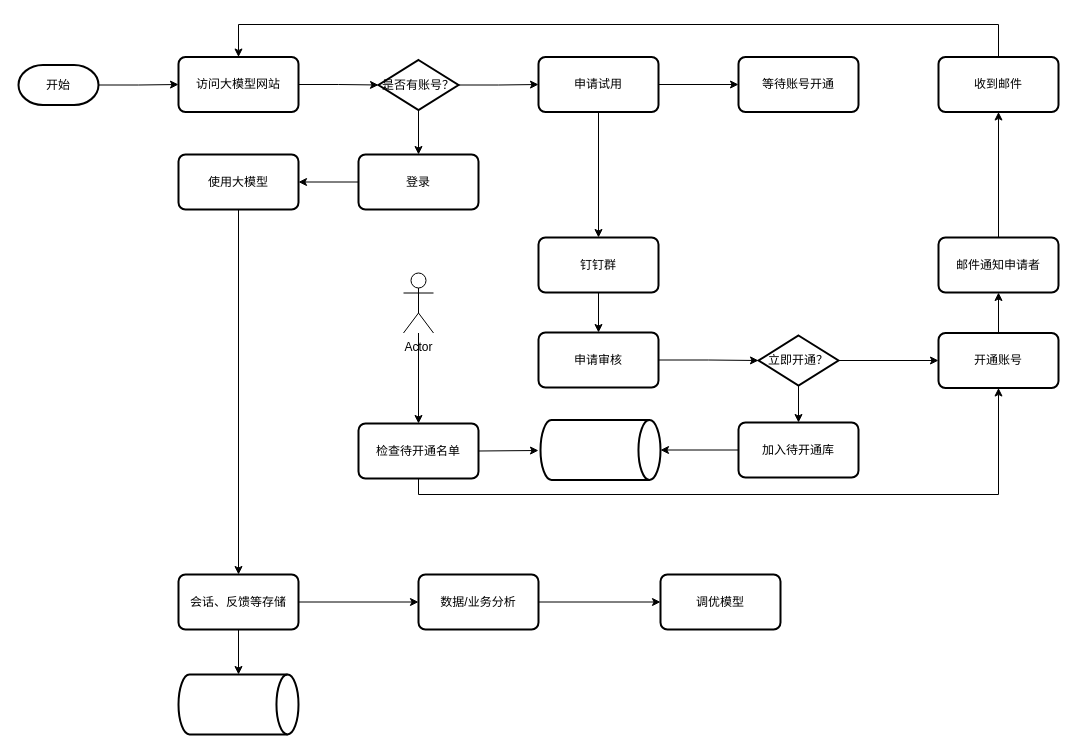
Before: cihon-LLM.drawio in Max-yuki/share, a draw.io diagram. Source tidied: cells renumbered, new cells numbered last; positions are measured from the earlier drawing's top-left corner, leaving out a move shared by most shapes. Both pictures are drawn from the tidied source at 100%, with x=0, y=0 at pixel (18, 24).
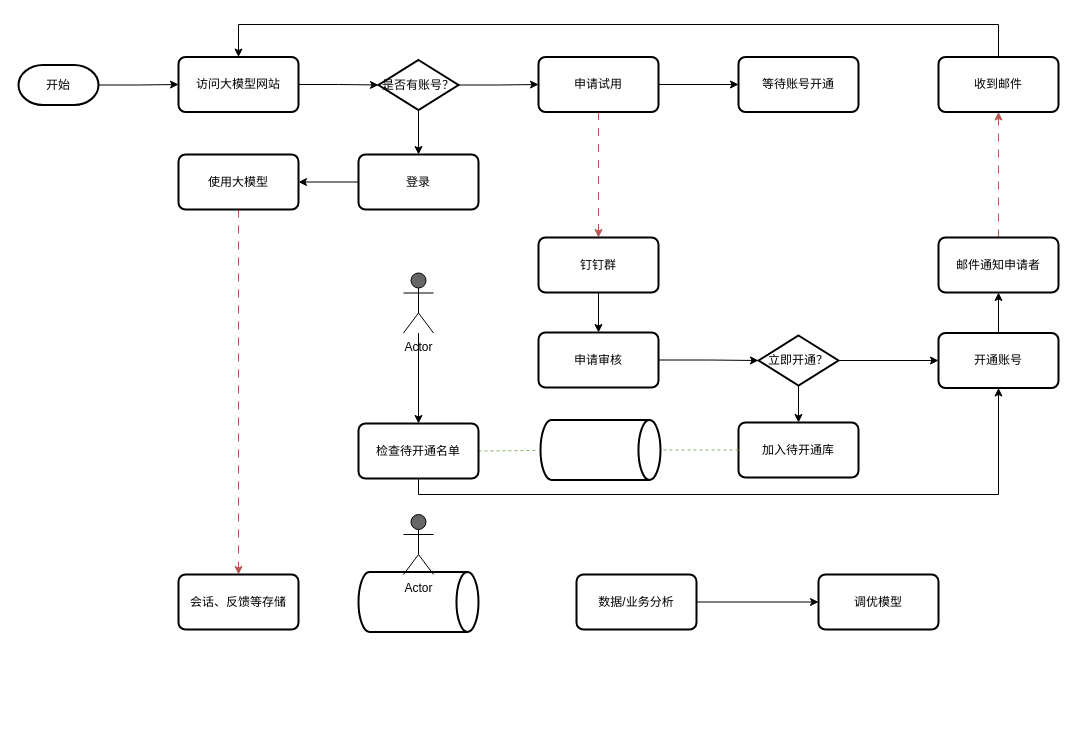
Above is the later version.

The change refers to these unchanged cells:
```xml
<mxCell id="7" value="申请试用" style="rounded=1;whiteSpace=wrap;html=1;absoluteArcSize=1;arcSize=14;strokeWidth=2;" parent="1" vertex="1">
  <mxGeometry x="520" y="32.5" width="120" height="55" as="geometry" />
</mxCell>
<mxCell id="10" value="钉钉群" style="rounded=1;whiteSpace=wrap;html=1;absoluteArcSize=1;arcSize=14;strokeWidth=2;" parent="1" vertex="1">
  <mxGeometry x="520" y="213" width="120" height="55" as="geometry" />
</mxCell>
<mxCell id="14" value="加入待开通库" style="rounded=1;whiteSpace=wrap;html=1;absoluteArcSize=1;arcSize=14;strokeWidth=2;" parent="1" vertex="1">
  <mxGeometry x="720" y="398" width="120" height="55" as="geometry" />
</mxCell>
<mxCell id="16" value="邮件通知申请者" style="rounded=1;whiteSpace=wrap;html=1;absoluteArcSize=1;arcSize=14;strokeWidth=2;" parent="1" vertex="1">
  <mxGeometry x="920" y="213" width="120" height="55" as="geometry" />
</mxCell>
<mxCell id="18" value="收到邮件" style="rounded=1;whiteSpace=wrap;html=1;absoluteArcSize=1;arcSize=14;strokeWidth=2;" parent="1" vertex="1">
  <mxGeometry x="920" y="32.5" width="120" height="55" as="geometry" />
</mxCell>
<mxCell id="25" value="使用大模型" style="rounded=1;whiteSpace=wrap;html=1;absoluteArcSize=1;arcSize=14;strokeWidth=2;" parent="1" vertex="1">
  <mxGeometry x="160" y="130" width="120" height="55" as="geometry" />
</mxCell>
<mxCell id="27" value="会话、反馈等存储" style="rounded=1;whiteSpace=wrap;html=1;absoluteArcSize=1;arcSize=14;strokeWidth=2;" parent="1" vertex="1">
  <mxGeometry x="160" y="550" width="120" height="55" as="geometry" />
</mxCell>
<mxCell id="32" style="strokeWidth=2;html=1;shape=mxgraph.flowchart.direct_data;whiteSpace=wrap;" parent="1" vertex="1">
  <mxGeometry x="522" y="395.5" width="120" height="60" as="geometry" />
</mxCell>
<mxCell id="38" value="检查待开通名单" style="rounded=1;whiteSpace=wrap;html=1;absoluteArcSize=1;arcSize=14;strokeWidth=2;" parent="1" vertex="1">
  <mxGeometry x="340" y="399" width="120" height="55" as="geometry" />
</mxCell>
```

Diff of the diagram source:
```diff
@@
-    <mxCell id="6" style="edgeStyle=orthogonalEdgeStyle;rounded=0;jettySize=auto;html=1;entryX=0.5;entryY=0;entryDx=0;entryDy=0;" parent="1" edge="1" source="7" target="10">
+    <mxCell id="6" style="edgeStyle=orthogonalEdgeStyle;rounded=0;jettySize=auto;html=1;entryX=0.5;entryY=0;entryDx=0;entryDy=0;dashed=1;fillColor=#f8cecc;strokeColor=#b85450;dashPattern=8 8;" parent="1" edge="1" source="7" target="10">
       <mxGeometry relative="1" as="geometry" />
     </mxCell>
@@
-    <mxCell id="15" style="edgeStyle=orthogonalEdgeStyle;rounded=0;jettySize=auto;html=1;exitX=0.5;exitY=0;exitDx=0;exitDy=0;entryX=0.5;entryY=1;entryDx=0;entryDy=0;" parent="1" edge="1" source="16" target="18">
+    <mxCell id="15" style="edgeStyle=orthogonalEdgeStyle;rounded=0;jettySize=auto;html=1;exitX=0.5;exitY=0;exitDx=0;exitDy=0;entryX=0.5;entryY=1;entryDx=0;entryDy=0;fillColor=#f8cecc;strokeColor=#b85450;dashed=1;dashPattern=8 8;" parent="1" edge="1" source="16" target="18">
       <mxGeometry relative="1" as="geometry" />
     </mxCell>
@@
-    <mxCell id="24" style="edgeStyle=orthogonalEdgeStyle;rounded=0;jettySize=auto;html=1;exitX=0.5;exitY=1;exitDx=0;exitDy=0;entryX=0.5;entryY=0;entryDx=0;entryDy=0;" parent="1" edge="1" source="25" target="27">
+    <mxCell id="24" style="edgeStyle=orthogonalEdgeStyle;rounded=0;jettySize=auto;html=1;exitX=0.5;exitY=1;exitDx=0;exitDy=0;entryX=0.5;entryY=0;entryDx=0;entryDy=0;dashed=1;dashPattern=8 8;fillColor=#f8cecc;strokeColor=#b85450;" parent="1" edge="1" source="25" target="27">
       <mxGeometry relative="1" as="geometry" />
     </mxCell>
@@
-    <mxCell id="26" style="edgeStyle=orthogonalEdgeStyle;rounded=0;jettySize=auto;html=1;exitX=1;exitY=0.5;exitDx=0;exitDy=0;entryX=0;entryY=0.5;entryDx=0;entryDy=0;" parent="1" edge="1" source="27" target="29">
-      <mxGeometry relative="1" as="geometry" />
-    </mxCell>
@@
     <mxCell id="29" value="数据/业务分析" style="rounded=1;whiteSpace=wrap;html=1;absoluteArcSize=1;arcSize=14;strokeWidth=2;" parent="1" vertex="1">
-      <mxGeometry x="400" y="550" width="120" height="55" as="geometry" />
+      <mxGeometry x="558" y="550" width="120" height="55" as="geometry" />
     </mxCell>
     <mxCell id="30" value="调优模型" style="rounded=1;whiteSpace=wrap;html=1;absoluteArcSize=1;arcSize=14;strokeWidth=2;" parent="1" vertex="1">
-      <mxGeometry x="642" y="550" width="120" height="55" as="geometry" />
+      <mxGeometry x="800" y="550" width="120" height="55" as="geometry" />
     </mxCell>
     <mxCell id="31" style="strokeWidth=2;html=1;shape=mxgraph.flowchart.direct_data;whiteSpace=wrap;" parent="1" vertex="1">
-      <mxGeometry x="160" y="650" width="120" height="60" as="geometry" />
+      <mxGeometry x="340" y="547.5" width="120" height="60" as="geometry" />
     </mxCell>
@@
-    <mxCell id="37" style="edgeStyle=orthogonalEdgeStyle;rounded=0;jettySize=auto;html=1;exitX=1;exitY=0.5;exitDx=0;exitDy=0;" parent="1" edge="1" source="38">
+    <mxCell id="37" style="edgeStyle=orthogonalEdgeStyle;rounded=0;jettySize=auto;html=1;exitX=1;exitY=0.5;exitDx=0;exitDy=0;endArrow=none;endFill=0;fillColor=#d5e8d4;strokeColor=#82b366;dashed=1;" parent="1" edge="1" source="38">
       <mxGeometry relative="1" as="geometry">
         <mxPoint x="520" y="426" as="targetPoint" />
       </mxGeometry>
     </mxCell>
@@
-    <mxCell id="42" value="Actor" style="shape=umlActor;verticalLabelPosition=bottom;verticalAlign=top;html=1;outlineConnect=0;" parent="1" vertex="1">
+    <mxCell id="42" value="Actor" style="shape=umlActor;verticalLabelPosition=bottom;verticalAlign=top;html=1;outlineConnect=0;fillColor=#666666;" parent="1" vertex="1">
       <mxGeometry x="385" y="248.5" width="30" height="60" as="geometry" />
     </mxCell>
-    <mxCell id="43" style="edgeStyle=orthogonalEdgeStyle;rounded=0;jettySize=auto;html=1;exitX=0;exitY=0.5;exitDx=0;exitDy=0;entryX=1;entryY=0.5;entryDx=0;entryDy=0;entryPerimeter=0;" parent="1" edge="1" source="14" target="32">
+    <mxCell id="43" style="edgeStyle=orthogonalEdgeStyle;rounded=0;jettySize=auto;html=1;exitX=0;exitY=0.5;exitDx=0;exitDy=0;entryX=1;entryY=0.5;entryDx=0;entryDy=0;entryPerimeter=0;dashed=1;fillColor=#d5e8d4;strokeColor=#82b366;startArrow=none;startFill=0;endArrow=none;endFill=0;" parent="1" edge="1" source="14" target="32">
       <mxGeometry relative="1" as="geometry" />
     </mxCell>
-    <mxCell id="44" style="edgeStyle=orthogonalEdgeStyle;rounded=0;jettySize=auto;html=1;exitX=0.5;exitY=1;exitDx=0;exitDy=0;entryX=0.5;entryY=0;entryDx=0;entryDy=0;entryPerimeter=0;" parent="1" edge="1" source="27" target="31">
-      <mxGeometry relative="1" as="geometry" />
-    </mxCell>
+    <mxCell id="45" value="Actor" style="shape=umlActor;verticalLabelPosition=bottom;verticalAlign=top;html=1;fillColor=#666666;" parent="1" vertex="1">
+      <mxGeometry x="385" y="490" width="30" height="60" as="geometry" />
+    </mxCell>
```
